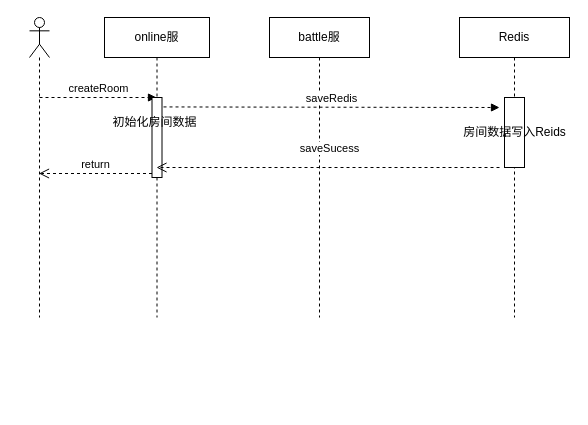
saberwtq/pictureDB keeps this draw.io diagram as 战斗房间创建.drawio. Above is the earlier version. Source tidied: cells renumbered, new cells numbered last; positions are measured from the earlier drawing's top-left corner, leaving out a move shared by most shapes. Both pictures are drawn from the tidied source at 100%, with x=0, y=0 at pixel (29, 17).
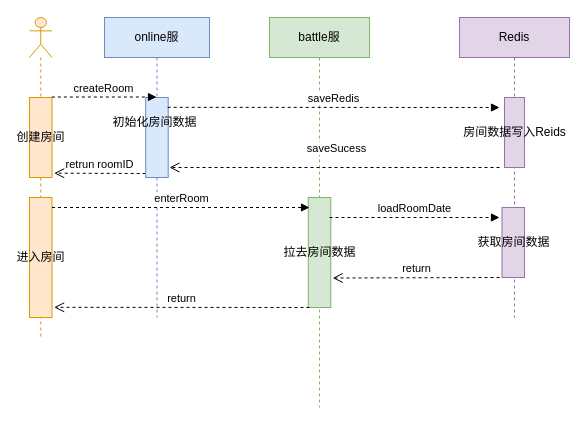
Above is the later version.

Commit message (it also covers changes not shown here):
更新战斗房间创建.drawio

The change refers to these unchanged cells:
```xml
<mxCell id="7" value="初始化房间数据" style="text;html=1;align=center;verticalAlign=middle;points=[];strokeColor=none;fillColor=none;rotation=0;" parent="5" vertex="1">
  <mxGeometry x="-5" y="90" width="110" height="30" as="geometry" />
</mxCell>
```

What changed in the source:
```diff
@@
-    <mxCell id="2" value="return" style="html=1;verticalAlign=bottom;endArrow=open;dashed=1;endSize=8;exitX=0;exitY=0.95;rounded=0;startArrow=none;" parent="1" edge="1" source="6" target="3">
+    <mxCell id="2" value="retrun roomID" style="html=1;verticalAlign=bottom;endArrow=open;dashed=1;endSize=8;exitX=0;exitY=0.95;rounded=0;startArrow=none;entryX=1.096;entryY=0.946;entryDx=0;entryDy=0;entryPerimeter=0;" parent="1" edge="1" source="6" target="13">
       <mxGeometry relative="1" as="geometry" />
     </mxCell>
-    <mxCell id="3" style="shape=umlLifeline;participant=umlActor;perimeter=lifelinePerimeter;whiteSpace=wrap;html=1;verticalAlign=top;spacingTop=36;outlineConnect=0;" parent="1" vertex="1">
-      <mxGeometry width="20" height="300" as="geometry" />
+    <mxCell id="3" style="shape=umlLifeline;participant=umlActor;perimeter=lifelinePerimeter;whiteSpace=wrap;html=1;verticalAlign=top;spacingTop=36;outlineConnect=0;fillColor=#ffe6cc;strokeColor=#d79b00;" parent="1" vertex="1">
+      <mxGeometry width="22.5" height="320" as="geometry" />
     </mxCell>
-    <mxCell id="4" value="createRoom" style="html=1;verticalAlign=bottom;endArrow=block;rounded=0;dashed=1;" parent="3" edge="1" target="5">
-      <mxGeometry relative="1" as="geometry">
-        <mxPoint x="10" y="80" as="sourcePoint" />
-      </mxGeometry>
-    </mxCell>
+    <mxCell id="13" value="创建房间" style="html=1;points=[];perimeter=orthogonalPerimeter;fillColor=#ffe6cc;strokeColor=#d79b00;" parent="3" vertex="1">
+      <mxGeometry y="80" width="22.5" height="80" as="geometry" />
+    </mxCell>
+    <mxCell id="14" value="进入房间" style="html=1;points=[];perimeter=orthogonalPerimeter;fillColor=#ffe6cc;strokeColor=#d79b00;" parent="3" vertex="1">
+      <mxGeometry y="180" width="22.5" height="120" as="geometry" />
+    </mxCell>
-    <mxCell id="5" value="online服" style="shape=umlLifeline;perimeter=lifelinePerimeter;whiteSpace=wrap;html=1;outlineConnect=0;" parent="1" vertex="1">
+    <mxCell id="5" value="online服" style="shape=umlLifeline;perimeter=lifelinePerimeter;whiteSpace=wrap;html=1;outlineConnect=0;fillColor=#dae8fc;strokeColor=#6c8ebf;" parent="1" vertex="1">
       <mxGeometry x="75" width="105" height="300" as="geometry" />
     </mxCell>
-    <mxCell id="6" style="html=1;points=[];perimeter=orthogonalPerimeter;" parent="5" vertex="1">
-      <mxGeometry x="47.5" y="80" width="10" height="80" as="geometry" />
+    <mxCell id="6" style="html=1;points=[];perimeter=orthogonalPerimeter;fillColor=#dae8fc;strokeColor=#6c8ebf;" parent="5" vertex="1">
+      <mxGeometry x="41.2" y="80" width="22.5" height="80" as="geometry" />
     </mxCell>
@@
-    <mxCell id="8" value="battle服" style="shape=umlLifeline;perimeter=lifelinePerimeter;whiteSpace=wrap;html=1;" parent="1" vertex="1">
-      <mxGeometry x="240" width="100" height="300" as="geometry" />
+    <mxCell id="8" value="battle服" style="shape=umlLifeline;perimeter=lifelinePerimeter;whiteSpace=wrap;html=1;fillColor=#d5e8d4;strokeColor=#82b366;" parent="1" vertex="1">
+      <mxGeometry x="240" width="100" height="390" as="geometry" />
     </mxCell>
+    <mxCell id="15" value="拉去房间数据" style="html=1;points=[];perimeter=orthogonalPerimeter;fillColor=#d5e8d4;strokeColor=#82b366;" parent="8" vertex="1">
+      <mxGeometry x="38.8" y="180" width="22.5" height="110" as="geometry" />
+    </mxCell>
+    <mxCell id="16" value="loadRoomDate" style="html=1;verticalAlign=bottom;endArrow=block;rounded=0;dashed=1;" parent="8" edge="1">
+      <mxGeometry relative="1" as="geometry">
+        <mxPoint x="60" y="200" as="sourcePoint" />
+        <mxPoint x="230" y="200" as="targetPoint" />
+      </mxGeometry>
+    </mxCell>
-    <mxCell id="9" value="Redis" style="shape=umlLifeline;perimeter=lifelinePerimeter;whiteSpace=wrap;html=1;" parent="1" vertex="1">
+    <mxCell id="9" value="Redis" style="shape=umlLifeline;perimeter=lifelinePerimeter;whiteSpace=wrap;html=1;fillColor=#e1d5e7;strokeColor=#9673a6;" parent="1" vertex="1">
       <mxGeometry x="430" width="110" height="300" as="geometry" />
     </mxCell>
-    <mxCell id="10" value="房间数据写入Reids" style="html=1;" parent="9" vertex="1">
+    <mxCell id="10" value="房间数据写入Reids" style="html=1;fillColor=#e1d5e7;strokeColor=#9673a6;" parent="9" vertex="1">
       <mxGeometry x="45" y="80" width="20" height="70" as="geometry" />
     </mxCell>
+    <mxCell id="17" value="获取房间数据" style="html=1;perimeter=orthogonalPerimeter;fillColor=#e1d5e7;strokeColor=#9673a6;" parent="9" vertex="1">
+      <mxGeometry x="42.5" y="190" width="22.5" height="70" as="geometry" />
+    </mxCell>
-    <mxCell id="11" value="saveRedis" style="html=1;verticalAlign=bottom;endArrow=block;rounded=0;dashed=1;exitX=0.582;exitY=-0.019;exitDx=0;exitDy=0;exitPerimeter=0;" parent="1" edge="1" source="7">
+    <mxCell id="11" value="saveRedis" style="html=1;verticalAlign=bottom;endArrow=block;rounded=0;dashed=1;exitX=0.62;exitY=-0.006;exitDx=0;exitDy=0;exitPerimeter=0;" parent="1" edge="1" source="7">
       <mxGeometry relative="1" as="geometry">
         <mxPoint x="470" y="90" as="targetPoint" />
+        <Array as="points">
+          <mxPoint x="470" y="90" />
+        </Array>
       </mxGeometry>
     </mxCell>
-    <mxCell id="12" value="saveSucess" style="html=1;verticalAlign=bottom;endArrow=open;dashed=1;endSize=8;rounded=0;" parent="1" edge="1" target="5">
+    <mxCell id="12" value="saveSucess" style="html=1;verticalAlign=bottom;endArrow=open;dashed=1;endSize=8;rounded=0;" parent="1" edge="1">
       <mxGeometry x="-0.01" y="-10" relative="1" as="geometry">
         <mxPoint x="470" y="150" as="sourcePoint" />
+        <mxPoint x="140" y="150" as="targetPoint" />
       </mxGeometry>
     </mxCell>
+    <mxCell id="4" value="createRoom" style="html=1;verticalAlign=bottom;endArrow=block;rounded=0;dashed=1;exitX=0.995;exitY=-0.006;exitDx=0;exitDy=0;exitPerimeter=0;" parent="1" edge="1" source="13" target="5">
+      <mxGeometry relative="1" as="geometry" />
+    </mxCell>
+    <mxCell id="18" value="enterRoom" style="html=1;verticalAlign=bottom;endArrow=block;rounded=0;dashed=1;" parent="1" edge="1">
+      <mxGeometry relative="1" as="geometry">
+        <mxPoint x="22.5" y="190" as="sourcePoint" />
+        <mxPoint x="280" y="190" as="targetPoint" />
+      </mxGeometry>
+    </mxCell>
+    <mxCell id="19" value="return" style="html=1;verticalAlign=bottom;endArrow=open;dashed=1;endSize=8;rounded=0;entryX=1.084;entryY=0.732;entryDx=0;entryDy=0;entryPerimeter=0;" parent="1" edge="1" target="15">
+      <mxGeometry relative="1" as="geometry">
+        <mxPoint x="470" y="260" as="sourcePoint" />
+      </mxGeometry>
+    </mxCell>
+    <mxCell id="20" value="return" style="html=1;verticalAlign=bottom;endArrow=open;dashed=1;endSize=8;rounded=0;entryX=1.096;entryY=0.915;entryDx=0;entryDy=0;entryPerimeter=0;" parent="1" edge="1" target="14">
+      <mxGeometry relative="1" as="geometry">
+        <mxPoint x="280" y="290" as="sourcePoint" />
+      </mxGeometry>
+    </mxCell>
```
